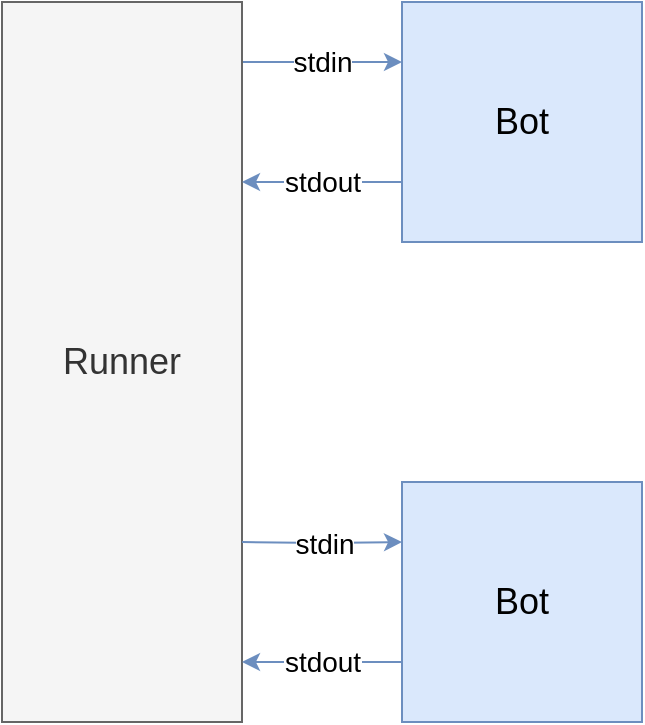
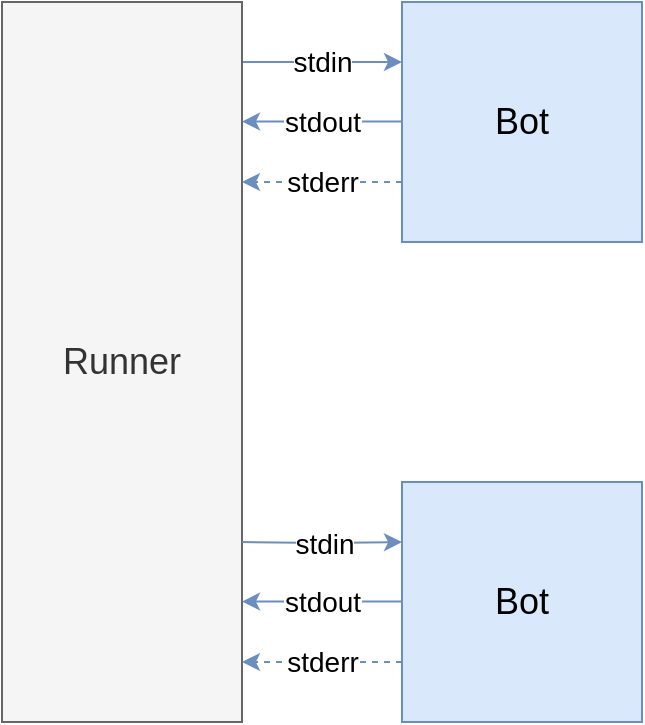
<mxfile host="Electron" agent="Mozilla/5.0 (X11; Linux x86_64) AppleWebKit/537.36 (KHTML, like Gecko) draw.io/28.2.5 Chrome/138.0.7204.251 Electron/37.6.1 Safari/537.36" version="28.2.5">
  <diagram name="Page-1" id="V1tX8lKfqLP4rMgMI3Bg">
    <mxGraphModel dx="802" dy="536" grid="1" gridSize="10" guides="1" tooltips="1" connect="1" arrows="1" fold="1" page="1" pageScale="1" pageWidth="850" pageHeight="1100" math="0" shadow="0">
      <root>
        <mxCell id="0" />
        <mxCell id="1" parent="0" />
-         <mxCell id="x8xrPTRH2ODtxbyrsQSI-20" value="stdin" style="edgeStyle=orthogonalEdgeStyle;rounded=0;orthogonalLoop=1;jettySize=auto;html=1;exitX=1;exitY=0.25;exitDx=0;exitDy=0;entryX=0;entryY=0.25;entryDx=0;entryDy=0;fontSize=14;fillColor=#dae8fc;strokeColor=#6c8ebf;" edge="1" parent="1" source="x8xrPTRH2ODtxbyrsQSI-1" target="x8xrPTRH2ODtxbyrsQSI-19">
+         <mxCell id="x8xrPTRH2ODtxbyrsQSI-20" value="stdin" style="edgeStyle=orthogonalEdgeStyle;rounded=0;orthogonalLoop=1;jettySize=auto;html=1;exitX=1;exitY=0.25;exitDx=0;exitDy=0;entryX=0;entryY=0.25;entryDx=0;entryDy=0;fontSize=14;fillColor=#dae8fc;strokeColor=#6c8ebf;" parent="1" source="x8xrPTRH2ODtxbyrsQSI-1" target="x8xrPTRH2ODtxbyrsQSI-19" edge="1">
          <mxGeometry relative="1" as="geometry" />
        </mxCell>
-         <mxCell id="x8xrPTRH2ODtxbyrsQSI-1" value="" style="rounded=0;whiteSpace=wrap;html=1;fillColor=#f5f5f5;fontColor=#333333;strokeColor=#666666;" vertex="1" parent="1">
+         <mxCell id="x8xrPTRH2ODtxbyrsQSI-1" value="" style="rounded=0;whiteSpace=wrap;html=1;fillColor=#f5f5f5;fontColor=#333333;strokeColor=#666666;" parent="1" vertex="1">
          <mxGeometry x="80" y="40" width="120" height="120" as="geometry" />
        </mxCell>
-         <mxCell id="x8xrPTRH2ODtxbyrsQSI-18" value="" style="rounded=0;whiteSpace=wrap;html=1;fillColor=#f5f5f5;fontColor=#333333;strokeColor=#666666;" vertex="1" parent="1">
+         <mxCell id="x8xrPTRH2ODtxbyrsQSI-18" value="" style="rounded=0;whiteSpace=wrap;html=1;fillColor=#f5f5f5;fontColor=#333333;strokeColor=#666666;" parent="1" vertex="1">
          <mxGeometry x="80" y="280" width="120" height="120" as="geometry" />
        </mxCell>
-         <mxCell id="x8xrPTRH2ODtxbyrsQSI-17" value="&lt;font style=&quot;font-size: 18px;&quot;&gt;Runner&lt;/font&gt;" style="rounded=0;whiteSpace=wrap;html=1;fillColor=#f5f5f5;fontColor=#333333;strokeColor=#666666;" vertex="1" parent="1">
+         <mxCell id="x8xrPTRH2ODtxbyrsQSI-17" value="&lt;font style=&quot;font-size: 18px;&quot;&gt;Runner&lt;/font&gt;" style="rounded=0;whiteSpace=wrap;html=1;fillColor=#f5f5f5;fontColor=#333333;strokeColor=#666666;" parent="1" vertex="1">
          <mxGeometry x="80" y="40" width="120" height="360" as="geometry" />
        </mxCell>
-         <mxCell id="x8xrPTRH2ODtxbyrsQSI-21" value="stdout" style="edgeStyle=orthogonalEdgeStyle;rounded=0;orthogonalLoop=1;jettySize=auto;html=1;exitX=0;exitY=0.75;exitDx=0;exitDy=0;entryX=1;entryY=0.75;entryDx=0;entryDy=0;fontSize=14;fillColor=#dae8fc;strokeColor=#6c8ebf;" edge="1" parent="1" source="x8xrPTRH2ODtxbyrsQSI-19" target="x8xrPTRH2ODtxbyrsQSI-1">
+         <mxCell id="x8xrPTRH2ODtxbyrsQSI-21" value="stdout" style="edgeStyle=orthogonalEdgeStyle;rounded=0;orthogonalLoop=1;jettySize=auto;html=1;exitX=0;exitY=0.75;exitDx=0;exitDy=0;entryX=1;entryY=0.75;entryDx=0;entryDy=0;fontSize=14;fillColor=#dae8fc;strokeColor=#6c8ebf;" parent="1" edge="1">
+           <mxGeometry relative="1" as="geometry">
+             <mxPoint x="280" y="99.8" as="sourcePoint" />
+             <mxPoint x="200" y="99.8" as="targetPoint" />
+           </mxGeometry>
+         </mxCell>
+         <mxCell id="t8gnDx_OKr_L5yvkZP34-1" value="&lt;font style=&quot;font-size: 14px;&quot;&gt;stderr&lt;/font&gt;" style="edgeStyle=orthogonalEdgeStyle;rounded=0;orthogonalLoop=1;jettySize=auto;html=1;exitX=0;exitY=0.75;exitDx=0;exitDy=0;entryX=1;entryY=0.75;entryDx=0;entryDy=0;fillColor=#dae8fc;strokeColor=#6c8ebf;dashed=1;" parent="1" source="x8xrPTRH2ODtxbyrsQSI-19" target="x8xrPTRH2ODtxbyrsQSI-1" edge="1">
          <mxGeometry relative="1" as="geometry" />
        </mxCell>
-         <mxCell id="x8xrPTRH2ODtxbyrsQSI-19" value="&lt;font style=&quot;font-size: 18px;&quot;&gt;Bot&lt;/font&gt;" style="rounded=0;whiteSpace=wrap;html=1;fillColor=#dae8fc;strokeColor=#6c8ebf;" vertex="1" parent="1">
+         <mxCell id="x8xrPTRH2ODtxbyrsQSI-19" value="&lt;font style=&quot;font-size: 18px;&quot;&gt;Bot&lt;/font&gt;" style="rounded=0;whiteSpace=wrap;html=1;fillColor=#dae8fc;strokeColor=#6c8ebf;" parent="1" vertex="1">
          <mxGeometry x="280" y="40" width="120" height="120" as="geometry" />
        </mxCell>
-         <mxCell id="x8xrPTRH2ODtxbyrsQSI-25" value="stdin" style="edgeStyle=orthogonalEdgeStyle;rounded=0;orthogonalLoop=1;jettySize=auto;html=1;exitX=1;exitY=0.25;exitDx=0;exitDy=0;entryX=0;entryY=0.25;entryDx=0;entryDy=0;fontSize=14;fillColor=#dae8fc;strokeColor=#6c8ebf;" edge="1" parent="1" target="x8xrPTRH2ODtxbyrsQSI-27">
+         <mxCell id="x8xrPTRH2ODtxbyrsQSI-25" value="stdin" style="edgeStyle=orthogonalEdgeStyle;rounded=0;orthogonalLoop=1;jettySize=auto;html=1;exitX=1;exitY=0.25;exitDx=0;exitDy=0;entryX=0;entryY=0.25;entryDx=0;entryDy=0;fontSize=14;fillColor=#dae8fc;strokeColor=#6c8ebf;" parent="1" target="x8xrPTRH2ODtxbyrsQSI-27" edge="1">
          <mxGeometry relative="1" as="geometry">
            <mxPoint x="200" y="310" as="sourcePoint" />
          </mxGeometry>
        </mxCell>
-         <mxCell id="x8xrPTRH2ODtxbyrsQSI-26" value="stdout" style="edgeStyle=orthogonalEdgeStyle;rounded=0;orthogonalLoop=1;jettySize=auto;html=1;exitX=0;exitY=0.75;exitDx=0;exitDy=0;entryX=1;entryY=0.75;entryDx=0;entryDy=0;fontSize=14;fillColor=#dae8fc;strokeColor=#6c8ebf;" edge="1" parent="1" source="x8xrPTRH2ODtxbyrsQSI-27">
+         <mxCell id="x8xrPTRH2ODtxbyrsQSI-26" value="stdout" style="edgeStyle=orthogonalEdgeStyle;rounded=0;orthogonalLoop=1;jettySize=auto;html=1;exitX=0;exitY=0.75;exitDx=0;exitDy=0;entryX=1;entryY=0.75;entryDx=0;entryDy=0;fontSize=14;fillColor=#dae8fc;strokeColor=#6c8ebf;" parent="1" edge="1">
          <mxGeometry relative="1" as="geometry">
-             <mxPoint x="200" y="370" as="targetPoint" />
+             <mxPoint x="200" y="339.8" as="targetPoint" />
+             <mxPoint x="280" y="339.8" as="sourcePoint" />
          </mxGeometry>
        </mxCell>
-         <mxCell id="x8xrPTRH2ODtxbyrsQSI-27" value="&lt;font style=&quot;font-size: 18px;&quot;&gt;Bot&lt;/font&gt;" style="rounded=0;whiteSpace=wrap;html=1;fillColor=#dae8fc;strokeColor=#6c8ebf;" vertex="1" parent="1">
+         <mxCell id="t8gnDx_OKr_L5yvkZP34-2" value="&lt;font style=&quot;font-size: 14px;&quot;&gt;stderr&lt;/font&gt;" style="edgeStyle=orthogonalEdgeStyle;rounded=0;orthogonalLoop=1;jettySize=auto;html=1;exitX=0;exitY=0.75;exitDx=0;exitDy=0;entryX=1;entryY=0.75;entryDx=0;entryDy=0;fillColor=#dae8fc;strokeColor=#6c8ebf;dashed=1;" parent="1" source="x8xrPTRH2ODtxbyrsQSI-27" target="x8xrPTRH2ODtxbyrsQSI-18" edge="1">
+           <mxGeometry relative="1" as="geometry" />
+         </mxCell>
+         <mxCell id="x8xrPTRH2ODtxbyrsQSI-27" value="&lt;font style=&quot;font-size: 18px;&quot;&gt;Bot&lt;/font&gt;" style="rounded=0;whiteSpace=wrap;html=1;fillColor=#dae8fc;strokeColor=#6c8ebf;" parent="1" vertex="1">
          <mxGeometry x="280" y="280" width="120" height="120" as="geometry" />
        </mxCell>
      </root>
    </mxGraphModel>
  </diagram>
</mxfile>
